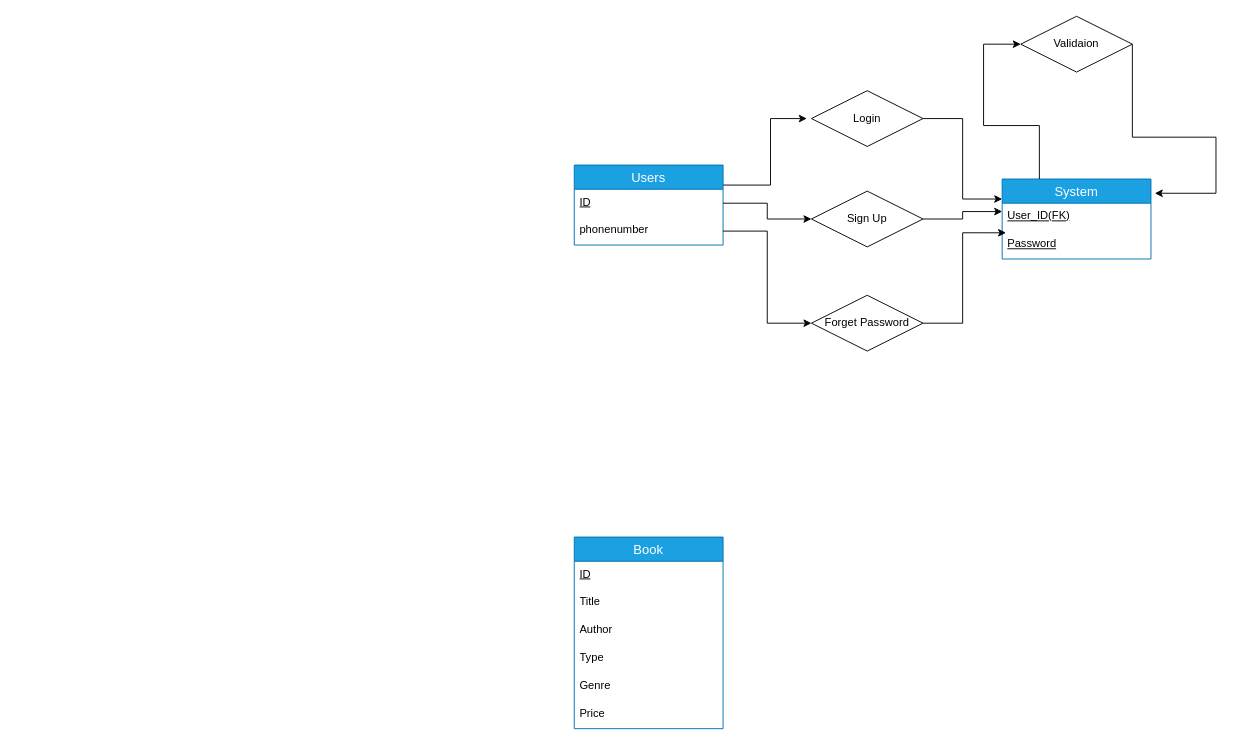
mhtcode/Draw.io keeps this draw.io diagram as page "Q6" (2 of 2) of Untitled Diagram.drawio. Above is the earlier version. Source tidied: cells renumbered, new cells numbered last; positions are measured from the earlier drawing's top-left corner, leaving out a move shared by most shapes. Both pictures are drawn from the tidied source at 93%, with x=0, y=0 at pixel (574, 16).
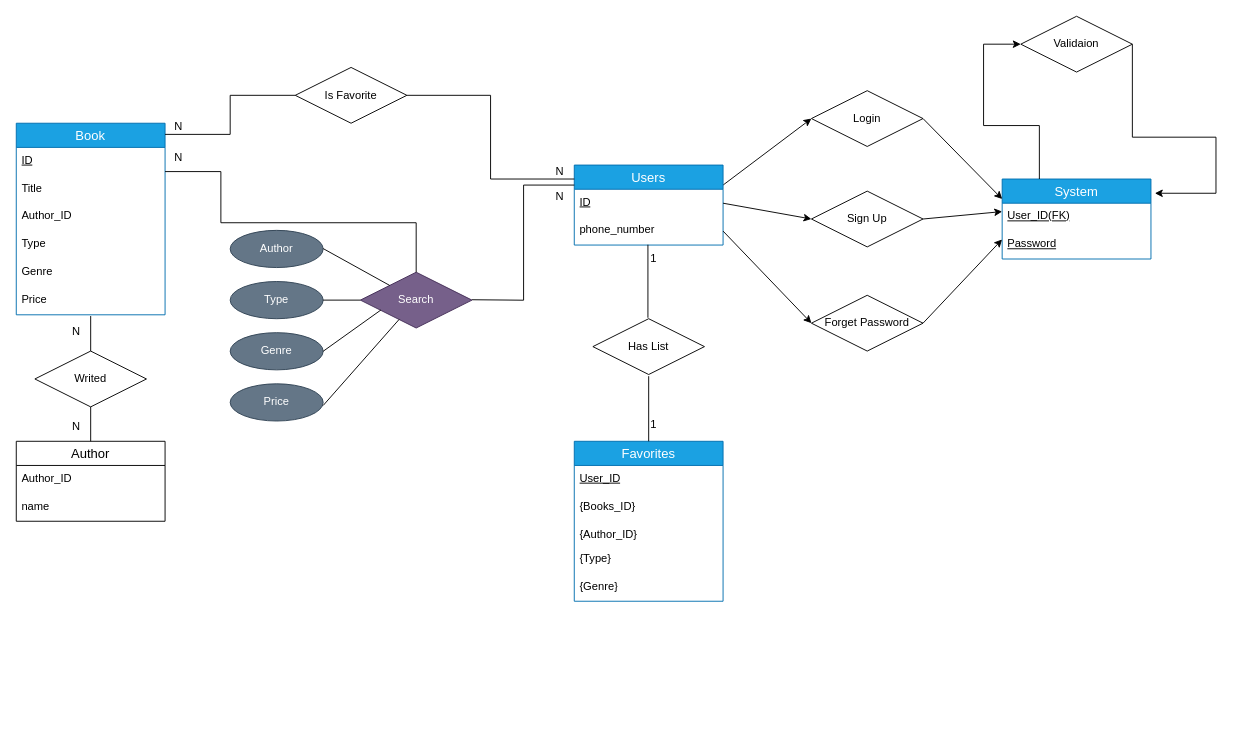
Above is the later version.

The change refers to these unchanged cells:
```xml
<mxCell id="3" value="Users" style="swimlane;fontStyle=0;horizontal=1;startSize=26;align=center;fontSize=14;fillColor=#1ba1e2;fontColor=#ffffff;strokeColor=#006EAF;" parent="1" vertex="1">
  <mxGeometry y="160" width="160" height="86" as="geometry" />
</mxCell>
<mxCell id="4" value="&lt;u&gt;ID&lt;/u&gt;" style="text;strokeColor=none;fillColor=none;spacingLeft=4;spacingRight=4;overflow=hidden;points=[[0,0.5],[1,0.5]];portConstraint=eastwest;fontSize=12;whiteSpace=wrap;html=1;" parent="3" vertex="1">
  <mxGeometry y="26" width="160" height="30" as="geometry" />
</mxCell>
<mxCell id="12" value="Price" style="text;strokeColor=none;fillColor=none;spacingLeft=4;spacingRight=4;overflow=hidden;points=[[0,0.5],[1,0.5]];portConstraint=eastwest;fontSize=12;whiteSpace=wrap;html=1;" parent="6" vertex="1">
  <mxGeometry y="176" width="160" height="30" as="geometry" />
</mxCell>
<mxCell id="13" value="System" style="swimlane;fontStyle=0;horizontal=1;startSize=26;align=center;fontSize=14;fillColor=#1ba1e2;fontColor=#ffffff;strokeColor=#006EAF;" parent="1" vertex="1">
  <mxGeometry x="460.1" y="175" width="160" height="86" as="geometry" />
</mxCell>
<mxCell id="14" value="&lt;u&gt;User_ID(FK)&lt;/u&gt;" style="text;strokeColor=none;fillColor=none;spacingLeft=4;spacingRight=4;overflow=hidden;points=[[0,0.5],[1,0.5]];portConstraint=eastwest;fontSize=12;whiteSpace=wrap;html=1;" parent="13" vertex="1">
  <mxGeometry y="26" width="160" height="30" as="geometry" />
</mxCell>
<mxCell id="15" value="Password" style="text;strokeColor=none;fillColor=none;spacingLeft=4;spacingRight=4;overflow=hidden;points=[[0,0.5],[1,0.5]];portConstraint=eastwest;fontSize=12;whiteSpace=wrap;html=1;fontStyle=4;" parent="13" vertex="1">
  <mxGeometry y="56" width="160" height="30" as="geometry" />
</mxCell>
<mxCell id="20" value="Login" style="shape=rhombus;perimeter=rhombusPerimeter;whiteSpace=wrap;html=1;align=center;" parent="1" vertex="1">
  <mxGeometry x="255" y="80" width="120" height="60" as="geometry" />
</mxCell>
<mxCell id="21" value="Sign Up" style="shape=rhombus;perimeter=rhombusPerimeter;whiteSpace=wrap;html=1;align=center;" parent="1" vertex="1">
  <mxGeometry x="255" y="188" width="120" height="60" as="geometry" />
</mxCell>
<mxCell id="22" value="Forget Password" style="shape=rhombus;perimeter=rhombusPerimeter;whiteSpace=wrap;html=1;align=center;" parent="1" vertex="1">
  <mxGeometry x="255" y="300" width="120" height="60" as="geometry" />
</mxCell>
```

The edit, as a diff of the source:
```diff
@@
-    <mxCell id="2" style="edgeStyle=orthogonalEdgeStyle;rounded=0;jettySize=auto;html=1;exitX=1;exitY=0.25;exitDx=0;exitDy=0;" parent="1" edge="1" source="3">
-      <mxGeometry relative="1" as="geometry">
-        <mxPoint x="250" y="110" as="targetPoint" />
-        <Array as="points">
-          <mxPoint x="211" y="182" />
-          <mxPoint x="211" y="110" />
-        </Array>
-      </mxGeometry>
+    <mxCell id="2" style="rounded=0;jettySize=auto;html=1;exitX=1;exitY=0.25;exitDx=0;exitDy=0;entryX=0;entryY=0.5;entryDx=0;entryDy=0;" parent="1" edge="1" source="3" target="20">
+      <mxGeometry relative="1" as="geometry" />
     </mxCell>
@@
-    <mxCell id="5" value="phonenumber" style="text;strokeColor=none;fillColor=none;spacingLeft=4;spacingRight=4;overflow=hidden;points=[[0,0.5],[1,0.5]];portConstraint=eastwest;fontSize=12;whiteSpace=wrap;html=1;" parent="3" vertex="1">
+    <mxCell id="5" value="phone_number" style="text;strokeColor=none;fillColor=none;spacingLeft=4;spacingRight=4;overflow=hidden;points=[[0,0.5],[1,0.5]];portConstraint=eastwest;fontSize=12;whiteSpace=wrap;html=1;" parent="3" vertex="1">
       <mxGeometry y="56" width="160" height="30" as="geometry" />
     </mxCell>
     <mxCell id="6" value="Book" style="swimlane;fontStyle=0;horizontal=1;startSize=26;align=center;fontSize=14;fillColor=#1ba1e2;fontColor=#ffffff;strokeColor=#006EAF;" parent="1" vertex="1">
-      <mxGeometry y="560" width="160" height="206" as="geometry" />
+      <mxGeometry x="-600" y="115" width="160" height="206" as="geometry" />
     </mxCell>
@@
-    <mxCell id="9" value="Author" style="text;strokeColor=none;fillColor=none;spacingLeft=4;spacingRight=4;overflow=hidden;fontSize=12;whiteSpace=wrap;html=1;" parent="6" vertex="1">
+    <mxCell id="9" value="Author_ID" style="text;strokeColor=none;fillColor=none;spacingLeft=4;spacingRight=4;overflow=hidden;fontSize=12;whiteSpace=wrap;html=1;" parent="6" vertex="1">
       <mxGeometry y="86" width="160" height="30" as="geometry" />
     </mxCell>
@@
-    <mxCell id="19" style="edgeStyle=orthogonalEdgeStyle;rounded=0;jettySize=auto;html=1;exitX=1;exitY=0.5;exitDx=0;exitDy=0;entryX=0;entryY=0.25;entryDx=0;entryDy=0;" parent="1" edge="1" source="20" target="13">
+    <mxCell id="19" style="rounded=0;jettySize=auto;html=1;exitX=1;exitY=0.5;exitDx=0;exitDy=0;entryX=0;entryY=0.25;entryDx=0;entryDy=0;" parent="1" edge="1" source="20" target="13">
       <mxGeometry relative="1" as="geometry" />
     </mxCell>
@@
-    <mxCell id="23" style="edgeStyle=orthogonalEdgeStyle;rounded=0;jettySize=auto;html=1;exitX=1;exitY=0.5;exitDx=0;exitDy=0;entryX=0;entryY=0.5;entryDx=0;entryDy=0;" parent="1" edge="1" source="4" target="21">
+    <mxCell id="23" style="rounded=0;jettySize=auto;html=1;exitX=1;exitY=0.5;exitDx=0;exitDy=0;entryX=0;entryY=0.5;entryDx=0;entryDy=0;" parent="1" edge="1" source="4" target="21">
       <mxGeometry relative="1" as="geometry" />
     </mxCell>
-    <mxCell id="24" style="edgeStyle=orthogonalEdgeStyle;rounded=0;jettySize=auto;html=1;exitX=1;exitY=0.5;exitDx=0;exitDy=0;entryX=0;entryY=0.3;entryDx=0;entryDy=0;entryPerimeter=0;" parent="1" edge="1" source="21" target="14">
+    <mxCell id="24" style="rounded=0;jettySize=auto;html=1;exitX=1;exitY=0.5;exitDx=0;exitDy=0;entryX=0;entryY=0.3;entryDx=0;entryDy=0;entryPerimeter=0;" parent="1" edge="1" source="21" target="14">
       <mxGeometry relative="1" as="geometry" />
     </mxCell>
-    <mxCell id="25" style="edgeStyle=orthogonalEdgeStyle;rounded=0;jettySize=auto;html=1;exitX=1;exitY=0.5;exitDx=0;exitDy=0;entryX=0.026;entryY=0.061;entryDx=0;entryDy=0;entryPerimeter=0;" parent="1" edge="1" source="22" target="15">
-      <mxGeometry relative="1" as="geometry" />
+    <mxCell id="25" style="rounded=0;jettySize=auto;html=1;exitX=1;exitY=0.5;exitDx=0;exitDy=0;" parent="1" edge="1" source="22">
+      <mxGeometry relative="1" as="geometry">
+        <mxPoint x="460" y="240" as="targetPoint" />
+      </mxGeometry>
     </mxCell>
-    <mxCell id="26" style="edgeStyle=orthogonalEdgeStyle;rounded=0;jettySize=auto;html=1;exitX=1;exitY=0.5;exitDx=0;exitDy=0;entryX=0;entryY=0.5;entryDx=0;entryDy=0;" parent="1" edge="1" source="5" target="22">
+    <mxCell id="26" style="rounded=0;jettySize=auto;html=1;exitX=1;exitY=0.5;exitDx=0;exitDy=0;entryX=0;entryY=0.5;entryDx=0;entryDy=0;" parent="1" edge="1" source="5" target="22">
       <mxGeometry relative="1" as="geometry" />
     </mxCell>
+    <mxCell id="27" value="Is Favorite" style="shape=rhombus;perimeter=rhombusPerimeter;whiteSpace=wrap;html=1;align=center;" parent="1" vertex="1">
+      <mxGeometry x="-300" y="55" width="120" height="60" as="geometry" />
+    </mxCell>
+    <mxCell id="28" style="endArrow=none;html=1;rounded=0;exitX=1;exitY=0.5;exitDx=0;exitDy=0;edgeStyle=elbowEdgeStyle;" parent="1" edge="1" source="27">
+      <mxGeometry relative="1" as="geometry">
+        <mxPoint y="175" as="targetPoint" />
+      </mxGeometry>
+    </mxCell>
+    <mxCell id="29" value="N" style="html=1;whiteSpace=wrap;align=right;verticalAlign=bottom;" parent="28" vertex="1">
+      <mxGeometry x="1" relative="1" as="geometry">
+        <mxPoint x="-10" as="offset" />
+      </mxGeometry>
+    </mxCell>
+    <mxCell id="30" style="endArrow=none;html=1;rounded=0;entryX=0;entryY=0.5;entryDx=0;entryDy=0;edgeStyle=orthogonalEdgeStyle;exitX=0;exitY=0.5;exitDx=0;exitDy=0;" parent="1" edge="1" source="27">
+      <mxGeometry relative="1" as="geometry">
+        <mxPoint x="-440" y="127" as="targetPoint" />
+        <Array as="points">
+          <mxPoint x="-370" y="85" />
+          <mxPoint x="-370" y="127" />
+        </Array>
+      </mxGeometry>
+    </mxCell>
+    <mxCell id="31" value="N" style="html=1;whiteSpace=wrap;align=right;verticalAlign=bottom;" parent="30" vertex="1">
+      <mxGeometry x="1" relative="1" as="geometry">
+        <mxPoint x="20" as="offset" />
+      </mxGeometry>
+    </mxCell>
+    <mxCell id="32" value="Favorites" style="swimlane;fontStyle=0;horizontal=1;startSize=26;align=center;fontSize=14;fillColor=#1ba1e2;fontColor=#ffffff;strokeColor=#006EAF;" parent="1" vertex="1">
+      <mxGeometry y="457" width="160" height="172" as="geometry" />
+    </mxCell>
+    <mxCell id="33" value="User_ID" style="text;strokeColor=none;fillColor=none;spacingLeft=4;spacingRight=4;overflow=hidden;fontSize=12;whiteSpace=wrap;html=1;fontStyle=4;" parent="32" vertex="1">
+      <mxGeometry y="26" width="160" height="30" as="geometry" />
+    </mxCell>
+    <mxCell id="34" value="{Books_ID}" style="text;strokeColor=none;fillColor=none;spacingLeft=4;spacingRight=4;overflow=hidden;fontSize=12;whiteSpace=wrap;html=1;fontStyle=0;" parent="32" vertex="1">
+      <mxGeometry y="56" width="160" height="30" as="geometry" />
+    </mxCell>
+    <mxCell id="35" value="{Author_ID}" style="text;strokeColor=none;fillColor=none;spacingLeft=4;spacingRight=4;overflow=hidden;fontSize=12;whiteSpace=wrap;html=1;" parent="32" vertex="1">
+      <mxGeometry y="86" width="160" height="26" as="geometry" />
+    </mxCell>
+    <mxCell id="36" value="{Type}" style="text;strokeColor=none;fillColor=none;spacingLeft=4;spacingRight=4;overflow=hidden;fontSize=12;whiteSpace=wrap;html=1;" parent="32" vertex="1">
+      <mxGeometry y="112" width="160" height="30" as="geometry" />
+    </mxCell>
+    <mxCell id="37" value="{Genre}" style="text;strokeColor=none;fillColor=none;spacingLeft=4;spacingRight=4;overflow=hidden;fontSize=12;whiteSpace=wrap;html=1;" parent="32" vertex="1">
+      <mxGeometry y="142" width="160" height="30" as="geometry" />
+    </mxCell>
+    <mxCell id="38" value="Author" style="swimlane;fontStyle=0;horizontal=1;startSize=26;align=center;fontSize=14;" parent="1" vertex="1">
+      <mxGeometry x="-600" y="457" width="160" height="86" as="geometry" />
+    </mxCell>
+    <mxCell id="39" value="Author_ID" style="text;strokeColor=none;fillColor=none;spacingLeft=4;spacingRight=4;overflow=hidden;fontSize=12;whiteSpace=wrap;html=1;" parent="38" vertex="1">
+      <mxGeometry y="26" width="160" height="30" as="geometry" />
+    </mxCell>
+    <mxCell id="40" value="name" style="text;strokeColor=none;fillColor=none;spacingLeft=4;spacingRight=4;overflow=hidden;fontSize=12;whiteSpace=wrap;html=1;" parent="38" vertex="1">
+      <mxGeometry y="56" width="160" height="30" as="geometry" />
+    </mxCell>
+    <mxCell id="41" value="Writed" style="shape=rhombus;perimeter=rhombusPerimeter;whiteSpace=wrap;html=1;align=center;" parent="1" vertex="1">
+      <mxGeometry x="-580" y="360" width="120" height="60" as="geometry" />
+    </mxCell>
+    <mxCell id="42" style="endArrow=none;html=1;rounded=0;entryX=0.5;entryY=1.044;entryDx=0;entryDy=0;entryPerimeter=0;" parent="1" edge="1" target="12">
+      <mxGeometry relative="1" as="geometry">
+        <mxPoint x="-520" y="360" as="sourcePoint" />
+      </mxGeometry>
+    </mxCell>
+    <mxCell id="43" value="N" style="html=1;whiteSpace=wrap;align=right;verticalAlign=bottom;" parent="42" vertex="1">
+      <mxGeometry x="1" relative="1" as="geometry">
+        <mxPoint x="-10" y="25" as="offset" />
+      </mxGeometry>
+    </mxCell>
+    <mxCell id="44" style="endArrow=none;html=1;rounded=0;entryX=0.5;entryY=0;entryDx=0;entryDy=0;exitX=0.5;exitY=1;exitDx=0;exitDy=0;" parent="1" edge="1" source="41" target="38">
+      <mxGeometry relative="1" as="geometry" />
+    </mxCell>
+    <mxCell id="45" value="N" style="html=1;whiteSpace=wrap;align=right;verticalAlign=bottom;" parent="44" vertex="1">
+      <mxGeometry x="1" relative="1" as="geometry">
+        <mxPoint x="-10" y="-8" as="offset" />
+      </mxGeometry>
+    </mxCell>
+    <mxCell id="46" value="Search" style="shape=rhombus;perimeter=rhombusPerimeter;whiteSpace=wrap;html=1;align=center;fillColor=#76608a;fontColor=#ffffff;strokeColor=#432D57;" parent="1" vertex="1">
+      <mxGeometry x="-230" y="275.2" width="120" height="60" as="geometry" />
+    </mxCell>
+    <mxCell id="47" value="Type" style="ellipse;whiteSpace=wrap;html=1;align=center;fillColor=#647687;fontColor=#ffffff;strokeColor=#314354;" parent="1" vertex="1">
+      <mxGeometry x="-370" y="285.2" width="100" height="40" as="geometry" />
+    </mxCell>
+    <mxCell id="48" value="Author" style="ellipse;whiteSpace=wrap;html=1;align=center;fillColor=#647687;fontColor=#ffffff;strokeColor=#314354;" parent="1" vertex="1">
+      <mxGeometry x="-370" y="230.2" width="100" height="40" as="geometry" />
+    </mxCell>
+    <mxCell id="49" value="Genre" style="ellipse;whiteSpace=wrap;html=1;align=center;fillColor=#647687;fontColor=#ffffff;strokeColor=#314354;" parent="1" vertex="1">
+      <mxGeometry x="-370" y="340.2" width="100" height="40" as="geometry" />
+    </mxCell>
+    <mxCell id="50" value="Price" style="ellipse;whiteSpace=wrap;html=1;align=center;fillColor=#647687;fontColor=#ffffff;strokeColor=#314354;" parent="1" vertex="1">
+      <mxGeometry x="-370" y="395.2" width="100" height="40" as="geometry" />
+    </mxCell>
+    <mxCell id="51" style="edgeStyle=none;rounded=0;orthogonalLoop=1;jettySize=auto;html=1;entryX=0;entryY=0.5;entryDx=0;entryDy=0;elbow=vertical;" parent="1" edge="1" source="46" target="46">
+      <mxGeometry relative="1" as="geometry" />
+    </mxCell>
+    <mxCell id="52" style="endArrow=none;html=1;rounded=0;elbow=vertical;" parent="1" edge="1" target="46">
+      <mxGeometry relative="1" as="geometry">
+        <mxPoint x="-270" y="249.8" as="sourcePoint" />
+      </mxGeometry>
+    </mxCell>
+    <mxCell id="53" style="endArrow=none;html=1;rounded=0;elbow=vertical;" parent="1" edge="1" target="46">
+      <mxGeometry relative="1" as="geometry">
+        <mxPoint x="-270" y="418.5" as="sourcePoint" />
+      </mxGeometry>
+    </mxCell>
+    <mxCell id="54" style="endArrow=none;html=1;rounded=0;elbow=vertical;exitX=1;exitY=0.5;exitDx=0;exitDy=0;" parent="1" edge="1" source="49">
+      <mxGeometry relative="1" as="geometry">
+        <mxPoint x="-208" y="315.9" as="targetPoint" />
+      </mxGeometry>
+    </mxCell>
+    <mxCell id="55" style="endArrow=none;html=1;rounded=0;elbow=vertical;exitX=1;exitY=0.5;exitDx=0;exitDy=0;" parent="1" edge="1" source="47">
+      <mxGeometry relative="1" as="geometry">
+        <mxPoint x="-230" y="305.2" as="targetPoint" />
+      </mxGeometry>
+    </mxCell>
+    <mxCell id="56" style="endArrow=none;html=1;rounded=0;entryX=0.5;entryY=0;entryDx=0;entryDy=0;edgeStyle=orthogonalEdgeStyle;exitX=0.5;exitY=0;exitDx=0;exitDy=0;" parent="1" edge="1" source="46">
+      <mxGeometry relative="1" as="geometry">
+        <mxPoint x="-440" y="167" as="targetPoint" />
+        <Array as="points">
+          <mxPoint x="-170" y="222" />
+          <mxPoint x="-380" y="222" />
+          <mxPoint x="-380" y="167" />
+        </Array>
+      </mxGeometry>
+    </mxCell>
+    <mxCell id="57" value="N" style="html=1;whiteSpace=wrap;align=right;verticalAlign=bottom;" parent="56" vertex="1">
+      <mxGeometry x="1" relative="1" as="geometry">
+        <mxPoint x="20" y="-7" as="offset" />
+      </mxGeometry>
+    </mxCell>
+    <mxCell id="58" style="endArrow=none;html=1;rounded=0;entryX=0;entryY=0.25;entryDx=0;entryDy=0;edgeStyle=orthogonalEdgeStyle;" parent="1" edge="1" target="3">
+      <mxGeometry relative="1" as="geometry">
+        <mxPoint x="-110" y="304.8" as="sourcePoint" />
+      </mxGeometry>
+    </mxCell>
+    <mxCell id="59" value="N" style="html=1;whiteSpace=wrap;align=right;verticalAlign=bottom;" parent="58" vertex="1">
+      <mxGeometry x="1" relative="1" as="geometry">
+        <mxPoint x="-10" y="20" as="offset" />
+      </mxGeometry>
+    </mxCell>
+    <mxCell id="60" value="Has List" style="shape=rhombus;perimeter=rhombusPerimeter;whiteSpace=wrap;html=1;align=center;" parent="1" vertex="1">
+      <mxGeometry x="20" y="325.2" width="120" height="60" as="geometry" />
+    </mxCell>
+    <mxCell id="61" style="endArrow=none;html=1;rounded=0;elbow=vertical;entryX=0.495;entryY=0.989;entryDx=0;entryDy=0;entryPerimeter=0;" parent="1" edge="1" target="5">
+      <mxGeometry relative="1" as="geometry">
+        <mxPoint x="79.2" y="324.2" as="sourcePoint" />
+      </mxGeometry>
+    </mxCell>
+    <mxCell id="62" value="1" style="html=1;whiteSpace=wrap;align=right;verticalAlign=bottom;" parent="61" vertex="1">
+      <mxGeometry x="1" relative="1" as="geometry">
+        <mxPoint x="11" y="24" as="offset" />
+      </mxGeometry>
+    </mxCell>
+    <mxCell id="63" style="endArrow=none;html=1;rounded=0;" parent="1" edge="1" target="32">
+      <mxGeometry relative="1" as="geometry">
+        <mxPoint x="80" y="387" as="sourcePoint" />
+      </mxGeometry>
+    </mxCell>
+    <mxCell id="64" value="1" style="html=1;whiteSpace=wrap;align=right;verticalAlign=bottom;" parent="63" vertex="1">
+      <mxGeometry x="1" relative="1" as="geometry">
+        <mxPoint x="10" y="-10" as="offset" />
+      </mxGeometry>
+    </mxCell>
```
